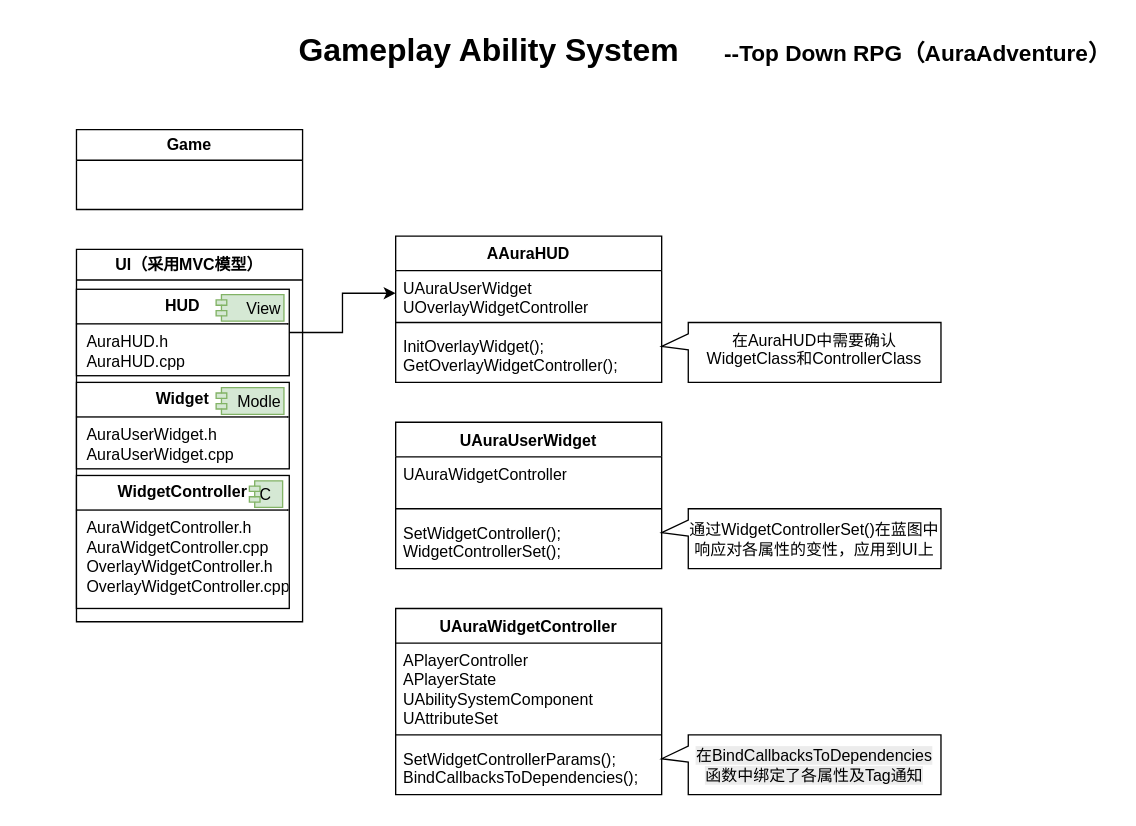
Above: GAS.drawio in LoveUE4321/AuraAdventure (draw.io), before the change. Source tidied: cells renumbered, new cells numbered last; positions are measured from the earlier drawing's top-left corner, leaving out a move shared by most shapes. Both pictures are drawn from the tidied source at 133%, with x=0, y=0 at pixel (23, 23).
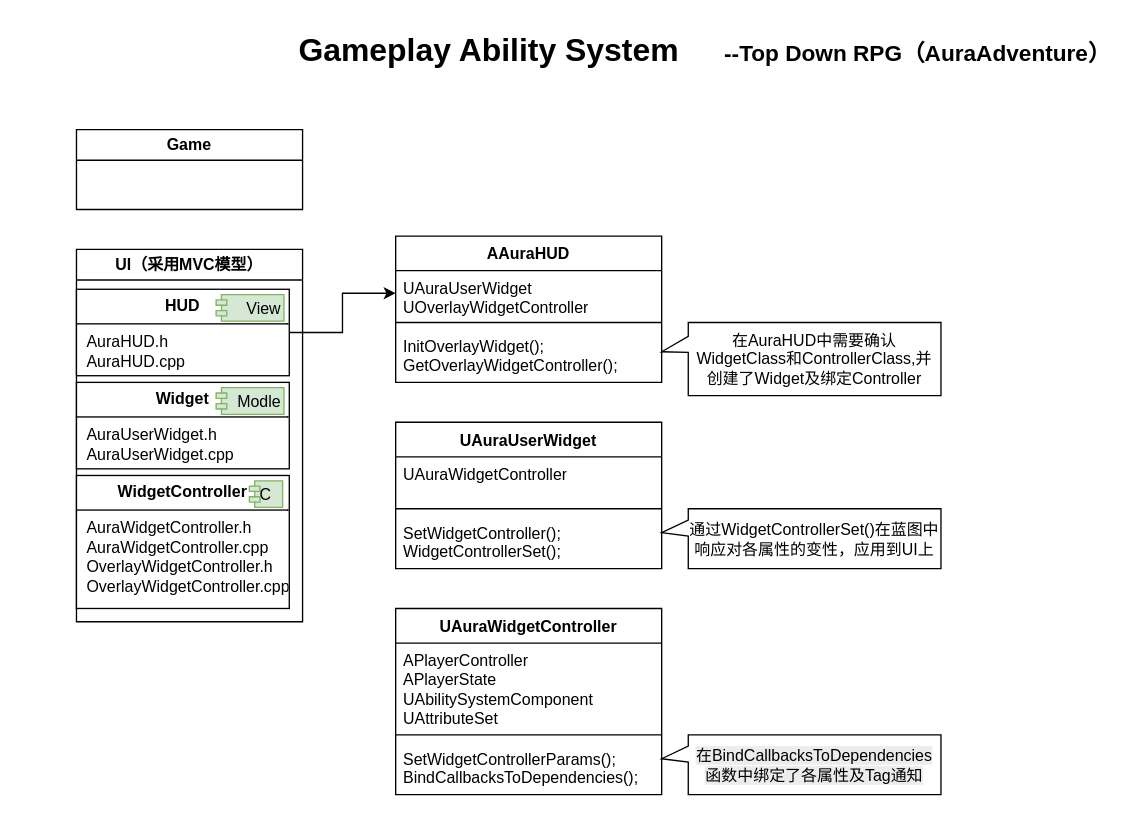
The same page after the edit.

Commit message (it also covers changes not shown here):
Add GAS Framework UML

What changed in the source:
```diff
@@
-    <mxCell id="25" value="在AuraHUD中需要确认WidgetClass和ControllerClass&lt;div&gt;&lt;div&gt;&lt;br&gt;&lt;/div&gt;&lt;/div&gt;" style="shape=callout;whiteSpace=wrap;html=1;perimeter=calloutPerimeter;position2=0.4;size=20;position=0.19;base=12;direction=south;verticalAlign=top;" parent="1" vertex="1">
-      <mxGeometry x="480" y="225" width="210" height="45" as="geometry" />
+    <mxCell id="25" value="在AuraHUD中需要确认WidgetClass和ControllerClass,并创建了Widget及绑定Controller&lt;div&gt;&lt;div&gt;&lt;div&gt;&lt;br&gt;&lt;/div&gt;&lt;/div&gt;&lt;/div&gt;" style="shape=callout;whiteSpace=wrap;html=1;perimeter=calloutPerimeter;position2=0.4;size=20;position=0.19;base=12;direction=south;verticalAlign=top;" parent="1" vertex="1">
+      <mxGeometry x="480" y="225" width="210" height="55" as="geometry" />
     </mxCell>
```
